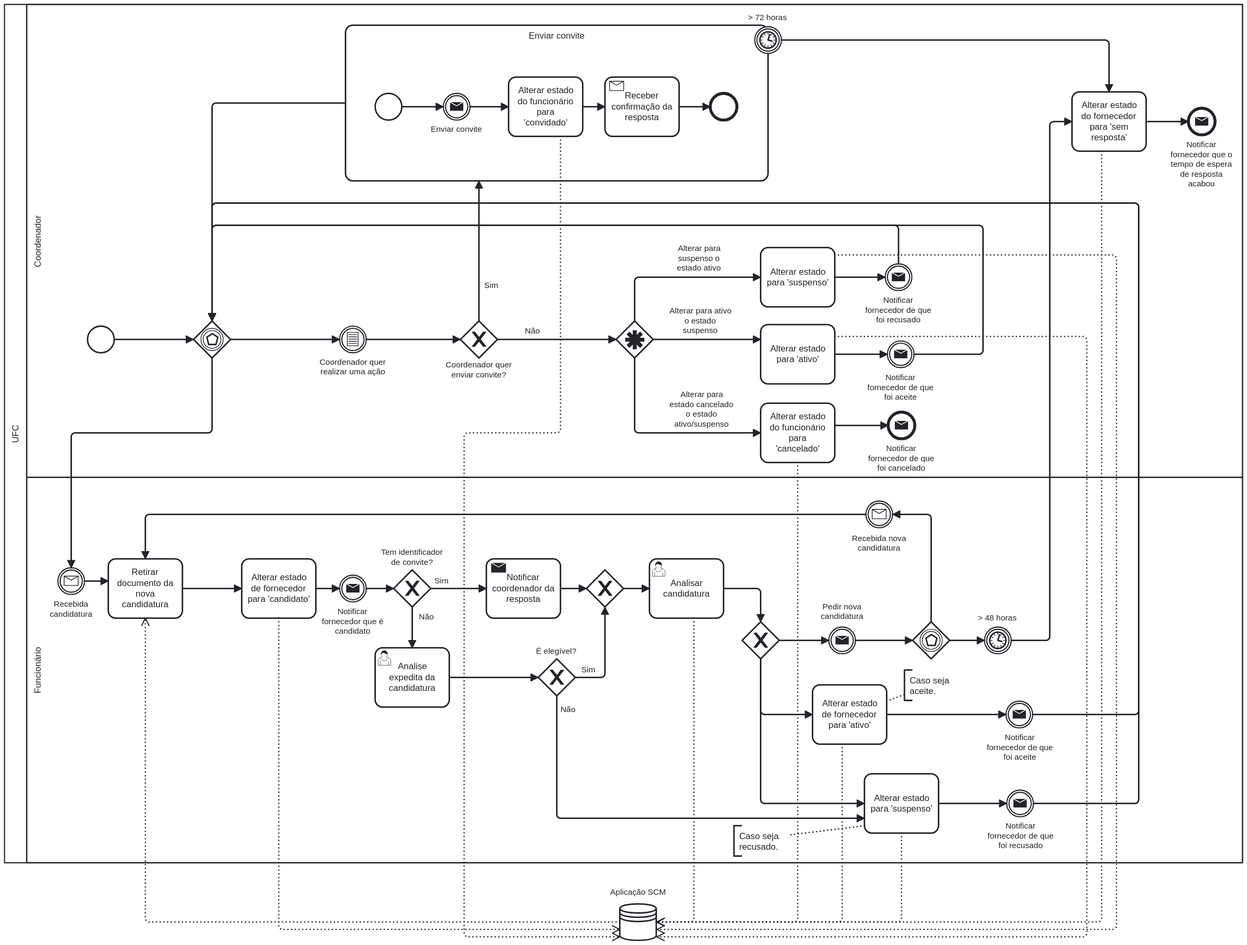
Earlier version of the BPMN export reports/assets/p1.svg (iquelli/SuperShop-AMS). Its source is kept beside it as models/p1.bpmn. Ids are renumbered.
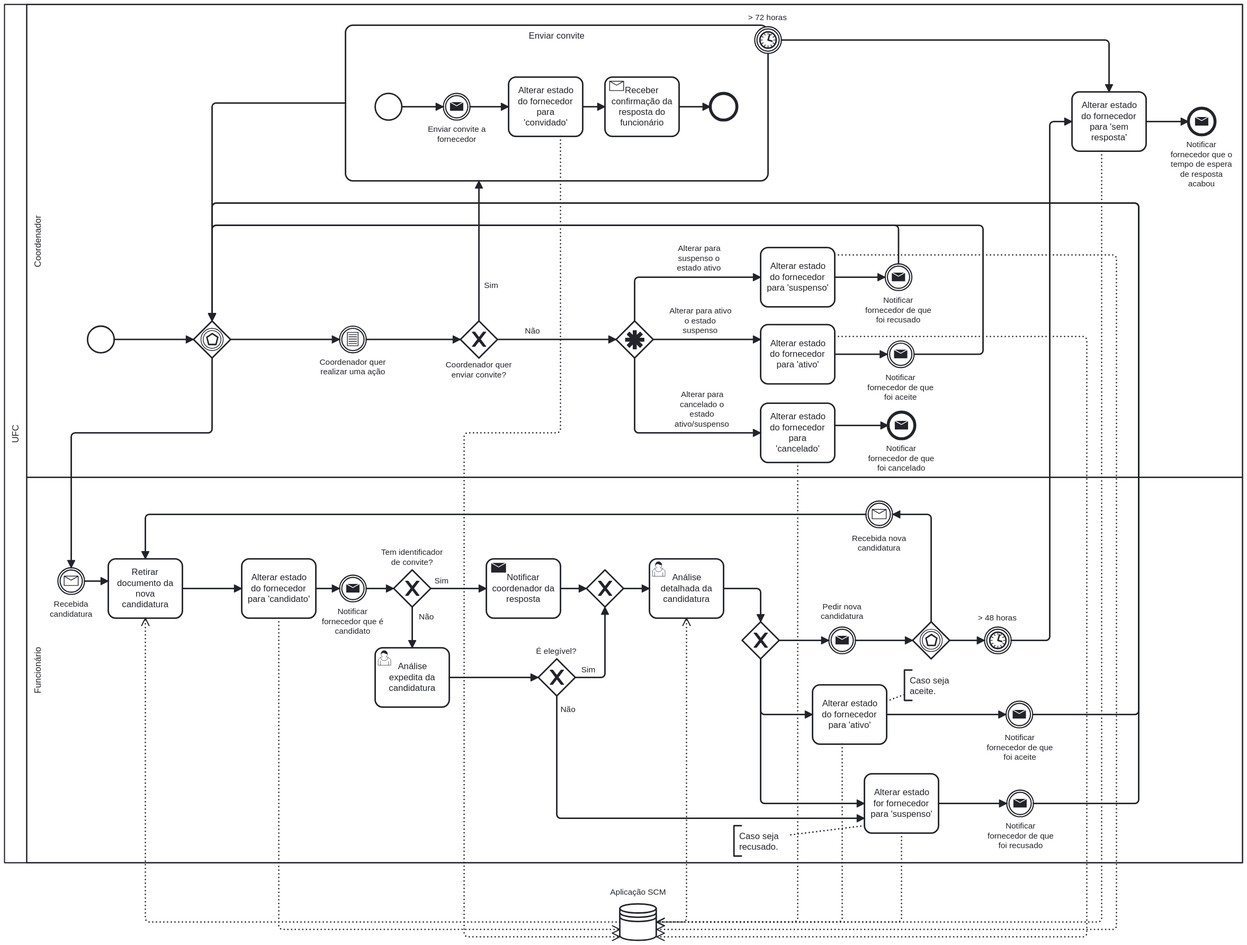
The same file after the commit.

Diff of the diagram source:
```diff
@@ -81,8 +81,10 @@
     </bpmn:sendTask>
-    <bpmn:userTask id="Activity_n30" name="Analisar candidatura">
+    <bpmn:userTask id="Activity_n30" name="Análise detalhada da candidatura">
       <bpmn:incoming>Flow_n52</bpmn:incoming>
       <bpmn:outgoing>Flow_n46</bpmn:outgoing>
-      <bpmn:dataOutputAssociation id="DataOutputAssociation_n59">
-        <bpmn:targetRef>DataStoreReference_n42</bpmn:targetRef>
-      </bpmn:dataOutputAssociation>
+      <bpmn:property id="Property_n125" name="__targetRef_placeholder" />
+      <bpmn:dataInputAssociation id="DataInputAssociation_n126">
+        <bpmn:sourceRef>DataStoreReference_n42</bpmn:sourceRef>
+        <bpmn:targetRef>Property_n125</bpmn:targetRef>
+      </bpmn:dataInputAssociation>
     </bpmn:userTask>
@@ -93,3 +95,3 @@
     </bpmn:exclusiveGateway>
-    <bpmn:userTask id="Activity_n32" name="Analise expedita da candidatura">
+    <bpmn:userTask id="Activity_n32" name="Análise expedita da candidatura">
       <bpmn:incoming>Flow_n44</bpmn:incoming>
@@ -102,3 +104,3 @@
     </bpmn:intermediateCatchEvent>
-    <bpmn:task id="Activity_n7" name="Alterar estado do funcionário para &#39;cancelado&#39;">
+    <bpmn:task id="Activity_n7" name="Alterar estado do fornecedor para &#39;cancelado&#39;">
       <bpmn:incoming>Flow_n64</bpmn:incoming>
@@ -109,3 +111,3 @@
     </bpmn:task>
-    <bpmn:task id="Activity_n8" name="Alterar estado para &#39;suspenso&#39;">
+    <bpmn:task id="Activity_n8" name="Alterar estado do fornecedor para &#39;suspenso&#39;">
       <bpmn:incoming>Flow_n67</bpmn:incoming>
@@ -116,3 +118,3 @@
     </bpmn:task>
-    <bpmn:task id="Activity_n34" name="Alterar estado de fornecedor para &#39;candidato&#39;">
+    <bpmn:task id="Activity_n34" name="Alterar estado do fornecedor para &#39;candidato&#39;">
       <bpmn:incoming>Flow_n70</bpmn:incoming>
@@ -143,3 +145,3 @@
     </bpmn:task>
-    <bpmn:task id="Activity_n38" name="Alterar estado de fornecedor para &#39;ativo&#39;">
+    <bpmn:task id="Activity_n38" name="Alterar estado do fornecedor para &#39;ativo&#39;">
       <bpmn:incoming>Flow_n48</bpmn:incoming>
@@ -150,3 +152,3 @@
     </bpmn:task>
-    <bpmn:task id="Activity_n39" name="Alterar estado para &#39;suspenso&#39;">
+    <bpmn:task id="Activity_n39" name="Alterar estado for fornecedor para &#39;suspenso&#39;">
       <bpmn:incoming>Flow_n61</bpmn:incoming>
@@ -192,3 +194,3 @@
     <bpmn:sequenceFlow id="Flow_n62" sourceRef="Event_n33" targetRef="Activity_n37" />
-    <bpmn:sequenceFlow id="Flow_n64" name="Alterar para estado cancelado o estado ativo/suspenso" sourceRef="Gateway_n14" targetRef="Activity_n7" />
+    <bpmn:sequenceFlow id="Flow_n64" name="Alterar para cancelado o estado ativo/suspenso" sourceRef="Gateway_n14" targetRef="Activity_n7" />
     <bpmn:sequenceFlow id="Flow_n65" sourceRef="Activity_n7" targetRef="Event_n19" />
@@ -215,3 +217,3 @@
       </bpmn:startEvent>
-      <bpmn:task id="Activity_n98" name="Alterar estado do funcionário para &#39;convidado&#39;">
+      <bpmn:task id="Activity_n98" name="Alterar estado do fornecedor para &#39;convidado&#39;">
         <bpmn:incoming>Flow_n99</bpmn:incoming>
@@ -227,3 +229,3 @@
       </bpmn:endEvent>
-      <bpmn:intermediateThrowEvent id="Event_n102" name="Enviar convite">
+      <bpmn:intermediateThrowEvent id="Event_n102" name="Enviar convite a fornecedor">
         <bpmn:incoming>Flow_n97</bpmn:incoming>
@@ -233,3 +235,3 @@
       <bpmn:sequenceFlow id="Flow_n99" sourceRef="Event_n102" targetRef="Activity_n98" />
-      <bpmn:receiveTask id="Activity_n103" name="Receber confirmação da resposta">
+      <bpmn:receiveTask id="Activity_n103" name="Receber confirmação da resposta do funcionário">
         <bpmn:incoming>Flow_n100</bpmn:incoming>
@@ -252,3 +254,3 @@
     </bpmn:intermediateThrowEvent>
-    <bpmn:task id="Activity_n13" name="Alterar estado para &#39;ativo&#39;">
+    <bpmn:task id="Activity_n13" name="Alterar estado do fornecedor para &#39;ativo&#39;">
       <bpmn:incoming>Flow_n94</bpmn:incoming>
@@ -330,6 +332,2 @@
       </bpmndi:BPMNShape>
-      <bpmndi:BPMNShape id="TextAnnotation_n120_di" bpmnElement="TextAnnotation_n120">
-        <dc:Bounds x="1144" y="1190" width="72" height="41" />
-        <bpmndi:BPMNLabel />
-      </bpmndi:BPMNShape>
       <bpmndi:BPMNShape id="Gateway_n23_di" bpmnElement="Gateway_n23" isMarkerVisible="true">
@@ -367,2 +365,3 @@
         <dc:Bounds x="1030" y="830" width="100" height="80" />
+        <bpmndi:BPMNLabel />
       </bpmndi:BPMNShape>
@@ -426,6 +425,2 @@
       </bpmndi:BPMNShape>
-      <bpmndi:BPMNShape id="TextAnnotation_n118_di" bpmnElement="TextAnnotation_n118">
-        <dc:Bounds x="1374" y="980" width="72" height="41" />
-        <bpmndi:BPMNLabel />
-      </bpmndi:BPMNShape>
       <bpmndi:BPMNShape id="Activity_n9_di" bpmnElement="Activity_n9">
@@ -434,61 +429,2 @@
       </bpmndi:BPMNShape>
-      <bpmndi:BPMNShape id="Event_17mbyp4_di" bpmnElement="Event_n12">
-        <dc:Bounds x="1757" y="222" width="36" height="36" />
-        <bpmndi:BPMNLabel>
-          <dc:Bounds x="1733" y="265" width="84" height="66" />
-        </bpmndi:BPMNLabel>
-      </bpmndi:BPMNShape>
-      <bpmndi:BPMNShape id="Event_n41_di" bpmnElement="Event_n41">
-        <dc:Bounds x="1511" y="1022" width="36" height="36" />
-        <bpmndi:BPMNLabel>
-          <dc:Bounds x="1485" y="1065" width="90" height="40" />
-        </bpmndi:BPMNLabel>
-      </bpmndi:BPMNShape>
-      <bpmndi:BPMNShape id="BPMNShape_n122" bpmnElement="Activity_n13">
-        <dc:Bounds x="1180" y="514" width="100" height="80" />
-        <bpmndi:BPMNLabel />
-      </bpmndi:BPMNShape>
-      <bpmndi:BPMNShape id="Gateway_1e3464o_di" bpmnElement="Gateway_n14">
-        <dc:Bounds x="985" y="509" width="50" height="50" />
-      </bpmndi:BPMNShape>
-      <bpmndi:BPMNShape id="Gateway_n15_di" bpmnElement="Gateway_n15" isMarkerVisible="true">
-        <dc:Bounds x="775" y="509" width="50" height="50" />
-        <bpmndi:BPMNLabel>
-          <dc:Bounds x="755" y="562" width="90" height="27" />
-        </bpmndi:BPMNLabel>
-      </bpmndi:BPMNShape>
-      <bpmndi:BPMNShape id="Event_0o4fezd_di" bpmnElement="Event_n16">
-        <dc:Bounds x="612" y="516" width="36" height="36" />
-        <bpmndi:BPMNLabel>
-          <dc:Bounds x="585" y="558" width="90" height="27" />
-        </bpmndi:BPMNLabel>
-      </bpmndi:BPMNShape>
-      <bpmndi:BPMNShape id="Gateway_0mul72n_di" bpmnElement="Gateway_n17">
-        <dc:Bounds x="415" y="509" width="50" height="50" />
-      </bpmndi:BPMNShape>
-      <bpmndi:BPMNShape id="Event_n18_di" bpmnElement="Event_n18">
-        <dc:Bounds x="272" y="516" width="36" height="36" />
-      </bpmndi:BPMNShape>
-      <bpmndi:BPMNShape id="Event_00px9n1_di" bpmnElement="Event_n19">
-        <dc:Bounds x="1352" y="632" width="36" height="36" />
-        <bpmndi:BPMNLabel>
-          <dc:Bounds x="1325" y="675" width="90" height="40" />
-        </bpmndi:BPMNLabel>
-      </bpmndi:BPMNShape>
-      <bpmndi:BPMNShape id="BPMNShape_n123" bpmnElement="Event_n20">
-        <dc:Bounds x="1351" y="536" width="36" height="36" />
-        <bpmndi:BPMNLabel>
-          <dc:Bounds x="1324" y="579" width="90" height="40" />
-        </bpmndi:BPMNLabel>
-      </bpmndi:BPMNShape>
-      <bpmndi:BPMNShape id="Event_0sad0zj_di" bpmnElement="Event_n21">
-        <dc:Bounds x="1348" y="432" width="36" height="36" />
-        <bpmndi:BPMNLabel>
-          <dc:Bounds x="1321" y="475" width="90" height="40" />
-        </bpmndi:BPMNLabel>
-      </bpmndi:BPMNShape>
-      <bpmndi:BPMNEdge id="Association_n121_di" bpmnElement="Association_n121">
-        <di:waypoint x="1320" y="1190" />
-        <di:waypoint x="1216" y="1203" />
-      </bpmndi:BPMNEdge>
       <bpmndi:BPMNShape id="Activity_n10_di" bpmnElement="Activity_n10" isExpanded="true">
@@ -510,3 +446,3 @@
         <bpmndi:BPMNLabel>
-          <dc:Bounds x="735" y="244" width="70" height="14" />
+          <dc:Bounds x="731" y="244" width="79" height="27" />
         </bpmndi:BPMNLabel>
@@ -521,2 +457,6 @@
       </bpmndi:BPMNEdge>
+      <bpmndi:BPMNEdge id="Flow_n100_di" bpmnElement="Flow_n100">
+        <di:waypoint x="940" y="220" />
+        <di:waypoint x="970" y="220" />
+      </bpmndi:BPMNEdge>
       <bpmndi:BPMNEdge id="Flow_n99_di" bpmnElement="Flow_n99">
@@ -525,6 +465,2 @@
       </bpmndi:BPMNEdge>
-      <bpmndi:BPMNEdge id="Flow_n100_di" bpmnElement="Flow_n100">
-        <di:waypoint x="940" y="220" />
-        <di:waypoint x="970" y="220" />
-      </bpmndi:BPMNEdge>
       <bpmndi:BPMNEdge id="Flow_n105_di" bpmnElement="Flow_n105">
@@ -533,2 +469,65 @@
       </bpmndi:BPMNEdge>
+      <bpmndi:BPMNShape id="Event_17mbyp4_di" bpmnElement="Event_n12">
+        <dc:Bounds x="1757" y="222" width="36" height="36" />
+        <bpmndi:BPMNLabel>
+          <dc:Bounds x="1733" y="265" width="84" height="66" />
+        </bpmndi:BPMNLabel>
+      </bpmndi:BPMNShape>
+      <bpmndi:BPMNShape id="Event_n41_di" bpmnElement="Event_n41">
+        <dc:Bounds x="1511" y="1022" width="36" height="36" />
+        <bpmndi:BPMNLabel>
+          <dc:Bounds x="1485" y="1065" width="90" height="40" />
+        </bpmndi:BPMNLabel>
+      </bpmndi:BPMNShape>
+      <bpmndi:BPMNShape id="BPMNShape_n122" bpmnElement="Activity_n13">
+        <dc:Bounds x="1180" y="514" width="100" height="80" />
+        <bpmndi:BPMNLabel />
+      </bpmndi:BPMNShape>
+      <bpmndi:BPMNShape id="Gateway_1e3464o_di" bpmnElement="Gateway_n14">
+        <dc:Bounds x="985" y="509" width="50" height="50" />
+      </bpmndi:BPMNShape>
+      <bpmndi:BPMNShape id="Gateway_n15_di" bpmnElement="Gateway_n15" isMarkerVisible="true">
+        <dc:Bounds x="775" y="509" width="50" height="50" />
+        <bpmndi:BPMNLabel>
+          <dc:Bounds x="755" y="562" width="90" height="27" />
+        </bpmndi:BPMNLabel>
+      </bpmndi:BPMNShape>
+      <bpmndi:BPMNShape id="Event_0o4fezd_di" bpmnElement="Event_n16">
+        <dc:Bounds x="612" y="516" width="36" height="36" />
+        <bpmndi:BPMNLabel>
+          <dc:Bounds x="585" y="558" width="90" height="27" />
+        </bpmndi:BPMNLabel>
+      </bpmndi:BPMNShape>
+      <bpmndi:BPMNShape id="Gateway_0mul72n_di" bpmnElement="Gateway_n17">
+        <dc:Bounds x="415" y="509" width="50" height="50" />
+      </bpmndi:BPMNShape>
+      <bpmndi:BPMNShape id="Event_n18_di" bpmnElement="Event_n18">
+        <dc:Bounds x="272" y="516" width="36" height="36" />
+      </bpmndi:BPMNShape>
+      <bpmndi:BPMNShape id="Event_00px9n1_di" bpmnElement="Event_n19">
+        <dc:Bounds x="1352" y="632" width="36" height="36" />
+        <bpmndi:BPMNLabel>
+          <dc:Bounds x="1325" y="675" width="90" height="40" />
+        </bpmndi:BPMNLabel>
+      </bpmndi:BPMNShape>
+      <bpmndi:BPMNShape id="BPMNShape_n123" bpmnElement="Event_n20">
+        <dc:Bounds x="1351" y="536" width="36" height="36" />
+        <bpmndi:BPMNLabel>
+          <dc:Bounds x="1324" y="579" width="90" height="40" />
+        </bpmndi:BPMNLabel>
+      </bpmndi:BPMNShape>
+      <bpmndi:BPMNShape id="Event_0sad0zj_di" bpmnElement="Event_n21">
+        <dc:Bounds x="1348" y="432" width="36" height="36" />
+        <bpmndi:BPMNLabel>
+          <dc:Bounds x="1321" y="475" width="90" height="40" />
+        </bpmndi:BPMNLabel>
+      </bpmndi:BPMNShape>
+      <bpmndi:BPMNShape id="TextAnnotation_n118_di" bpmnElement="TextAnnotation_n118">
+        <dc:Bounds x="1374" y="980" width="72" height="41" />
+        <bpmndi:BPMNLabel />
+      </bpmndi:BPMNShape>
+      <bpmndi:BPMNShape id="TextAnnotation_n120_di" bpmnElement="TextAnnotation_n120">
+        <dc:Bounds x="1144" y="1190" width="72" height="41" />
+        <bpmndi:BPMNLabel />
+      </bpmndi:BPMNShape>
       <bpmndi:BPMNShape id="Event_0krmzdb_di" bpmnElement="Event_n11">
@@ -697,3 +696,3 @@
         <bpmndi:BPMNLabel>
-          <dc:Bounds x="1057" y="602" width="87" height="53" />
+          <dc:Bounds x="1064" y="602" width="74" height="53" />
         </bpmndi:BPMNLabel>
@@ -738,6 +737,2 @@
         <di:waypoint x="1512" y="1160" />
-      </bpmndi:BPMNEdge>
-      <bpmndi:BPMNEdge id="Association_n119_di" bpmnElement="Association_n119">
-        <di:waypoint x="1350" y="1022" />
-        <di:waypoint x="1374" y="1013" />
       </bpmndi:BPMNEdge>
@@ -760,2 +755,10 @@
       </bpmndi:BPMNEdge>
+      <bpmndi:BPMNEdge id="Association_n119_di" bpmnElement="Association_n119">
+        <di:waypoint x="1350" y="1022" />
+        <di:waypoint x="1374" y="1013" />
+      </bpmndi:BPMNEdge>
+      <bpmndi:BPMNEdge id="Association_n121_di" bpmnElement="Association_n121">
+        <di:waypoint x="1320" y="1190" />
+        <di:waypoint x="1216" y="1203" />
+      </bpmndi:BPMNEdge>
       <bpmndi:BPMNShape id="DataStoreReference_n42_di" bpmnElement="DataStoreReference_n42">
@@ -766,2 +769,33 @@
       </bpmndi:BPMNShape>
+      <bpmndi:BPMNEdge id="DataOutputAssociation_n66_di" bpmnElement="DataOutputAssociation_n66">
+        <di:waypoint x="1230" y="700" />
+        <di:waypoint x="1230" y="1320" />
+        <di:waypoint x="1040" y="1320" />
+      </bpmndi:BPMNEdge>
+      <bpmndi:BPMNEdge id="DataOutputAssociation_n69_di" bpmnElement="DataOutputAssociation_n69">
+        <di:waypoint x="1280" y="420" />
+        <di:waypoint x="1660" y="420" />
+        <di:waypoint x="1660" y="1330" />
+        <di:waypoint x="1040" y="1330" />
+      </bpmndi:BPMNEdge>
+      <bpmndi:BPMNEdge id="DataOutputAssociation_n72_di" bpmnElement="DataOutputAssociation_n72">
+        <di:waypoint x="530" y="910" />
+        <di:waypoint x="530" y="1330" />
+        <di:waypoint x="990" y="1330" />
+      </bpmndi:BPMNEdge>
+      <bpmndi:BPMNEdge id="DataInputAssociation_n78_di" bpmnElement="DataInputAssociation_n78">
+        <di:waypoint x="990" y="1320" />
+        <di:waypoint x="350" y="1320" />
+        <di:waypoint x="350" y="910" />
+      </bpmndi:BPMNEdge>
+      <bpmndi:BPMNEdge id="DataOutputAssociation_n80_di" bpmnElement="DataOutputAssociation_n80">
+        <di:waypoint x="1290" y="1080" />
+        <di:waypoint x="1290" y="1320" />
+        <di:waypoint x="1040" y="1320" />
+      </bpmndi:BPMNEdge>
+      <bpmndi:BPMNEdge id="DataOutputAssociation_n82_di" bpmnElement="DataOutputAssociation_n82">
+        <di:waypoint x="1370" y="1200" />
+        <di:waypoint x="1370" y="1320" />
+        <di:waypoint x="1040" y="1320" />
+      </bpmndi:BPMNEdge>
       <bpmndi:BPMNEdge id="DataOutputAssociation_n95_di" bpmnElement="DataOutputAssociation_n95">
@@ -772,11 +806,8 @@
       </bpmndi:BPMNEdge>
-      <bpmndi:BPMNEdge id="DataOutputAssociation_n59_di" bpmnElement="DataOutputAssociation_n59">
-        <di:waypoint x="1090" y="910" />
-        <di:waypoint x="1090" y="1320" />
-        <di:waypoint x="1040" y="1320" />
-      </bpmndi:BPMNEdge>
-      <bpmndi:BPMNEdge id="DataOutputAssociation_n66_di" bpmnElement="DataOutputAssociation_n66">
-        <di:waypoint x="1230" y="700" />
-        <di:waypoint x="1230" y="1320" />
-        <di:waypoint x="1040" y="1320" />
+      <bpmndi:BPMNEdge id="DataOutputAssociation_n101_di" bpmnElement="DataOutputAssociation_n101">
+        <di:waypoint x="910" y="260" />
+        <di:waypoint x="910" y="660" />
+        <di:waypoint x="780" y="660" />
+        <di:waypoint x="780" y="1340" />
+        <di:waypoint x="990" y="1340" />
       </bpmndi:BPMNEdge>
@@ -789,34 +820,6 @@
       </bpmndi:BPMNEdge>
-      <bpmndi:BPMNEdge id="DataOutputAssociation_n69_di" bpmnElement="DataOutputAssociation_n69">
-        <di:waypoint x="1280" y="420" />
-        <di:waypoint x="1660" y="420" />
-        <di:waypoint x="1660" y="1330" />
-        <di:waypoint x="1040" y="1330" />
-      </bpmndi:BPMNEdge>
-      <bpmndi:BPMNEdge id="DataOutputAssociation_n72_di" bpmnElement="DataOutputAssociation_n72">
-        <di:waypoint x="530" y="910" />
-        <di:waypoint x="530" y="1330" />
-        <di:waypoint x="990" y="1330" />
-      </bpmndi:BPMNEdge>
-      <bpmndi:BPMNEdge id="DataInputAssociation_n78_di" bpmnElement="DataInputAssociation_n78">
-        <di:waypoint x="990" y="1320" />
-        <di:waypoint x="350" y="1320" />
-        <di:waypoint x="350" y="910" />
-      </bpmndi:BPMNEdge>
-      <bpmndi:BPMNEdge id="DataOutputAssociation_n80_di" bpmnElement="DataOutputAssociation_n80">
-        <di:waypoint x="1290" y="1080" />
-        <di:waypoint x="1290" y="1320" />
+      <bpmndi:BPMNEdge id="DataInputAssociation_n126_di" bpmnElement="DataInputAssociation_n126">
         <di:waypoint x="1040" y="1320" />
-      </bpmndi:BPMNEdge>
-      <bpmndi:BPMNEdge id="DataOutputAssociation_n82_di" bpmnElement="DataOutputAssociation_n82">
-        <di:waypoint x="1370" y="1200" />
-        <di:waypoint x="1370" y="1320" />
-        <di:waypoint x="1040" y="1320" />
-      </bpmndi:BPMNEdge>
-      <bpmndi:BPMNEdge id="DataOutputAssociation_n101_di" bpmnElement="DataOutputAssociation_n101">
-        <di:waypoint x="910" y="260" />
-        <di:waypoint x="910" y="660" />
-        <di:waypoint x="780" y="660" />
-        <di:waypoint x="780" y="1340" />
-        <di:waypoint x="990" y="1340" />
+        <di:waypoint x="1080" y="1320" />
+        <di:waypoint x="1080" y="910" />
       </bpmndi:BPMNEdge>
```
